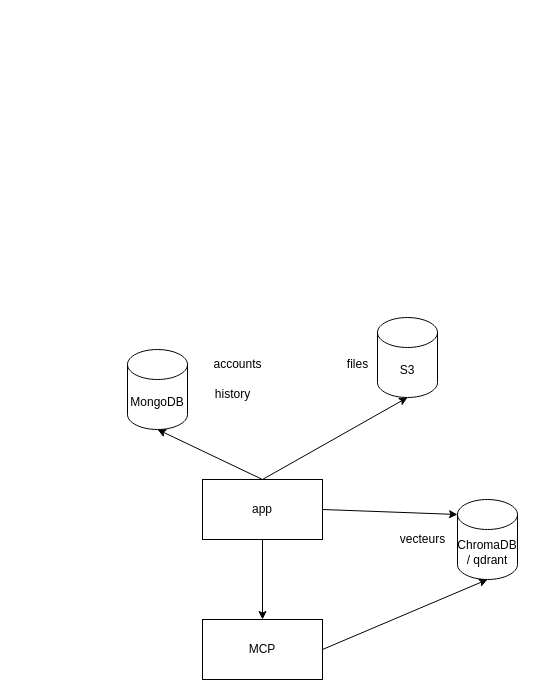
The draw.io diagram references/archi.drawio in Math-Vov13/EmployAI, before the edit. Source tidied: cells renumbered, new cells numbered last; positions are measured from the earlier drawing's top-left corner, leaving out a move shared by most shapes. Both pictures are drawn from the tidied source at 100%, with x=0, y=0 at pixel (127, 317).
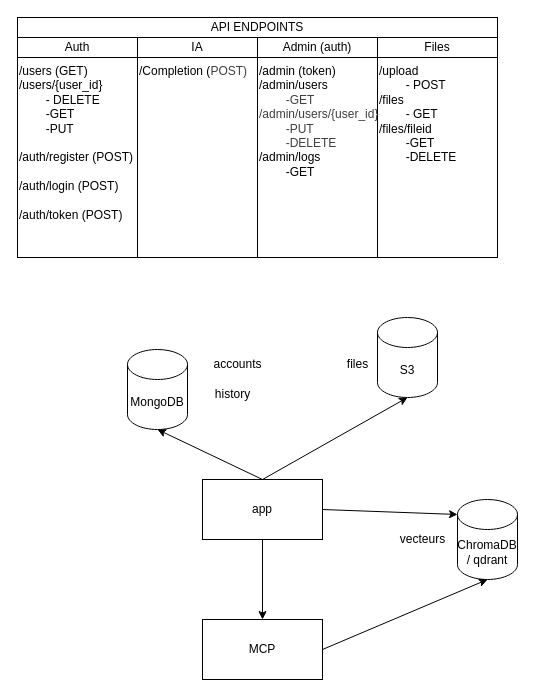
The same diagram, later.

What changed in the source:
```diff
@@
+    <mxCell id="16" style="group;" parent="1" vertex="1">
+      <mxGeometry x="-110" y="-300" width="480" height="240" as="geometry" />
+    </mxCell>
+    <mxCell id="17" style="whiteSpace=wrap;html=1;" parent="16" vertex="1">
+      <mxGeometry width="400" height="240" as="geometry" />
+    </mxCell>
+    <mxCell id="18" value="API ENDPOINTS" style="whiteSpace=wrap;html=1;" parent="16" vertex="1">
+      <mxGeometry width="480" height="20" as="geometry" />
+    </mxCell>
+    <mxCell id="19" style="whiteSpace=wrap;html=1;" parent="16" vertex="1">
+      <mxGeometry x="120" y="20" width="360" height="220" as="geometry" />
+    </mxCell>
+    <mxCell id="20" style="whiteSpace=wrap;html=1;" parent="16" vertex="1">
+      <mxGeometry x="240" y="20" width="120" height="220" as="geometry" />
+    </mxCell>
+    <mxCell id="21" value="Auth" style="whiteSpace=wrap;html=1;" parent="16" vertex="1">
+      <mxGeometry y="20" width="120" height="20" as="geometry" />
+    </mxCell>
+    <mxCell id="22" value="IA" style="whiteSpace=wrap;html=1;" parent="16" vertex="1">
+      <mxGeometry x="120" y="20" width="120" height="20" as="geometry" />
+    </mxCell>
+    <mxCell id="23" value="Admin (auth)" style="whiteSpace=wrap;html=1;" parent="16" vertex="1">
+      <mxGeometry x="240" y="20" width="120" height="20" as="geometry" />
+    </mxCell>
+    <mxCell id="24" value="Files" style="whiteSpace=wrap;html=1;" parent="16" vertex="1">
+      <mxGeometry x="360" y="20" width="120" height="20" as="geometry" />
+    </mxCell>
+    <mxCell id="25" value="/users (GET)&lt;div&gt;&lt;font color=&quot;#000000&quot;&gt;/users/{user_id}&lt;/font&gt;&lt;/div&gt;&lt;div&gt;&lt;font color=&quot;#000000&quot;&gt;&lt;span style=&quot;white-space: pre;&quot;&gt;&#9;&lt;/span&gt;- DELETE&lt;br&gt;&lt;/font&gt;&lt;/div&gt;&lt;div&gt;&lt;span style=&quot;white-space: pre;&quot;&gt;&#9;&lt;/span&gt;-GET&lt;br&gt;&lt;/div&gt;&lt;div&gt;&lt;span style=&quot;white-space: pre;&quot;&gt;&#9;&lt;/span&gt;-PUT&lt;br&gt;&lt;/div&gt;&lt;div&gt;&lt;br&gt;&lt;/div&gt;&lt;div&gt;&lt;font color=&quot;#000000&quot;&gt;/auth/register (POST)&lt;/font&gt;&lt;/div&gt;&lt;div&gt;&lt;font color=&quot;#000000&quot;&gt;&lt;br&gt;&lt;/font&gt;&lt;/div&gt;&lt;div&gt;&lt;div&gt;&lt;div&gt;/auth/login (POST)&lt;/div&gt;&lt;/div&gt;&lt;/div&gt;&lt;div&gt;&lt;br&gt;&lt;/div&gt;&lt;div&gt;/auth/token (POST)&lt;/div&gt;&lt;div&gt;&lt;br&gt;&lt;/div&gt;" style="text;strokeColor=none;align=left;fillColor=none;html=1;verticalAlign=top;whiteSpace=wrap;rounded=0;" parent="16" vertex="1">
+      <mxGeometry y="40" width="120" height="200" as="geometry" />
+    </mxCell>
+    <mxCell id="26" value="/Completion (&lt;span style=&quot;color: rgb(63, 63, 63); background-color: transparent;&quot;&gt;POST)&lt;/span&gt;&lt;div&gt;&lt;span style=&quot;white-space: pre;&quot;&gt;&#9;&lt;/span&gt;&lt;br&gt;&lt;/div&gt;&lt;div&gt;&lt;span style=&quot;white-space: pre;&quot;&gt;&#9;&lt;/span&gt;&lt;br&gt;&lt;/div&gt;&lt;div&gt;&lt;br&gt;&lt;/div&gt;" style="text;strokeColor=none;align=left;fillColor=none;html=1;verticalAlign=top;whiteSpace=wrap;rounded=0;" parent="16" vertex="1">
+      <mxGeometry x="120" y="40" width="120" height="80" as="geometry" />
+    </mxCell>
+    <mxCell id="27" value="&lt;div&gt;/admin (token)&lt;/div&gt;&lt;div&gt;/admin/users&lt;/div&gt;&lt;div&gt;&lt;span style=&quot;color: rgb(63, 63, 63); background-color: transparent; white-space: pre;&quot;&gt;&lt;span style=&quot;white-space: pre;&quot;&gt;&#9;&lt;/span&gt;-GET&lt;/span&gt;&lt;/div&gt;&lt;div&gt;&lt;span style=&quot;color: rgb(63, 63, 63); background-color: transparent; white-space: pre;&quot;&gt;/admin/users/{user_id}&lt;/span&gt;&lt;/div&gt;&lt;div&gt;&lt;span style=&quot;color: rgb(63, 63, 63); background-color: transparent; white-space: pre;&quot;&gt;&lt;span style=&quot;white-space: pre;&quot;&gt;&#9;&lt;/span&gt;-PUT&lt;br&gt;&lt;/span&gt;&lt;/div&gt;&lt;div&gt;&lt;span style=&quot;color: rgb(63, 63, 63); background-color: transparent; white-space: pre;&quot;&gt;&lt;span style=&quot;white-space: pre;&quot;&gt;&#9;&lt;/span&gt;-DELETE&lt;br&gt;&lt;/span&gt;&lt;/div&gt;&lt;div&gt;/admin/logs&lt;/div&gt;&lt;div&gt;&lt;span style=&quot;white-space: pre;&quot;&gt;&#9;&lt;/span&gt;-GET&lt;br&gt;&lt;div&gt;&lt;span style=&quot;white-space: pre;&quot;&gt;&#9;&lt;/span&gt;&lt;br&gt;&lt;/div&gt;&lt;div&gt;&lt;br&gt;&lt;/div&gt;&lt;/div&gt;" style="text;strokeColor=none;align=left;fillColor=none;html=1;verticalAlign=top;whiteSpace=wrap;rounded=0;" parent="16" vertex="1">
+      <mxGeometry x="240" y="40" width="120" height="200" as="geometry" />
+    </mxCell>
+    <mxCell id="28" value="&lt;div&gt;&lt;div&gt;/upload&lt;/div&gt;&lt;/div&gt;&lt;div&gt;&lt;span style=&quot;white-space: pre;&quot;&gt;&#9;&lt;/span&gt;- POST&lt;/div&gt;&lt;div&gt;/files&lt;/div&gt;&lt;div&gt;&lt;span style=&quot;white-space: pre;&quot;&gt;&#9;&lt;/span&gt;- GET&lt;/div&gt;&lt;div&gt;/files/fileid&lt;/div&gt;&lt;div&gt;&lt;span style=&quot;white-space: pre;&quot;&gt;&#9;&lt;/span&gt;-GET&lt;br&gt;&lt;/div&gt;&lt;div&gt;&lt;span style=&quot;white-space: pre;&quot;&gt;&#9;&lt;/span&gt;-DELETE&lt;br&gt;&lt;/div&gt;" style="text;strokeColor=none;align=left;fillColor=none;html=1;verticalAlign=top;whiteSpace=wrap;rounded=0;" parent="16" vertex="1">
+      <mxGeometry x="360" y="40" width="120" height="200" as="geometry" />
+    </mxCell>
```
